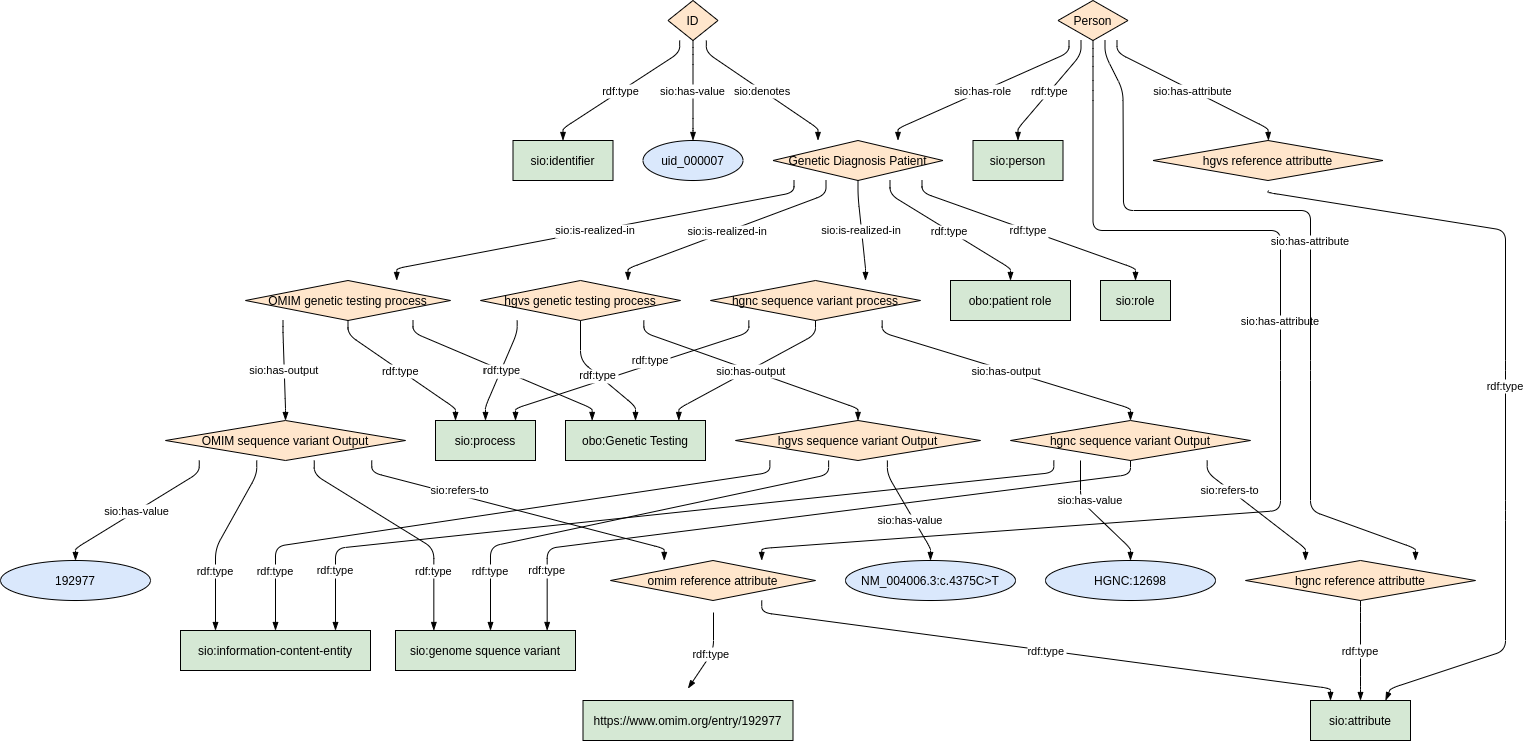
This is images/rdf/6_Genetic_diagnosis.png from ejp-rd-vp/ERN-common-data-elements, a draw.io export, as it was before one commit. Source tidied: cells renumbered, new cells last; positions are measured from the earlier drawing's top-left corner, leaving out a move shared by most shapes.
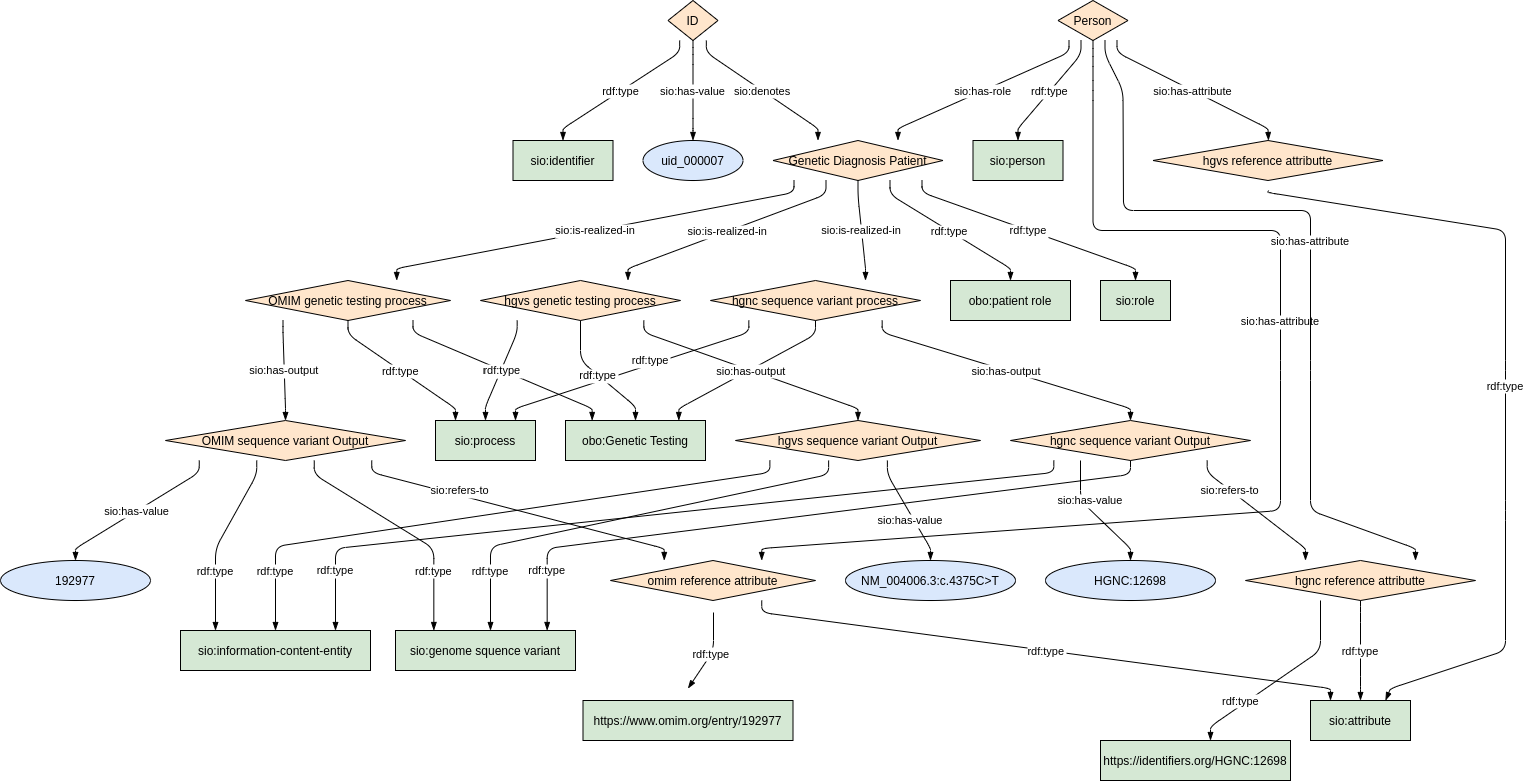
Later version of the same file.

The edit, as a diff of the source:
```diff
@@ -450,5 +450,18 @@
         </Array>
       </mxGeometry>
     </mxCell>
+    <object id="65" label="https://identifiers.org/HGNC:12698" name="sio:attribute" placeholders="1">
+      <mxCell style="shape=rounded;fillColor=#d5e8d4;strokeColor=#000000;" parent="1" vertex="1">
+        <mxGeometry x="1100" y="740" width="190" height="40" as="geometry" />
+      </mxCell>
+    </object>
+    <mxCell id="66" value="rdf:type" style="curved=0;endArrow=blockThin;endFill=1;noEdgeStyle=1;orthogonal=1;" parent="1" edge="1" source="8" target="65">
+      <mxGeometry x="0.46" y="-4" relative="1" as="geometry">
+        <Array as="points">
+          <mxPoint x="1320" y="650" />
+          <mxPoint x="1210" y="726" />
+        </Array>
+      </mxGeometry>
+    </mxCell>
   </root>
 </mxGraphModel>
```
